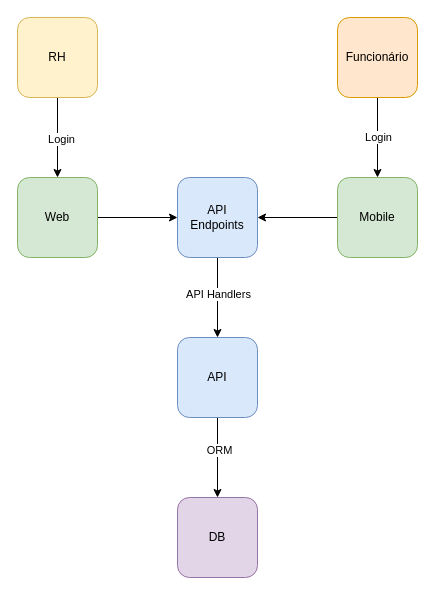
Above: c4_contexto.drawio in Portfolio-AtWork/.github (draw.io), before the change. Source tidied: cells renumbered, new cells numbered last; positions are measured from the earlier drawing's top-left corner, leaving out a move shared by most shapes. Both pictures are drawn from the tidied source at 100%, with x=0, y=0 at pixel (17, 17).
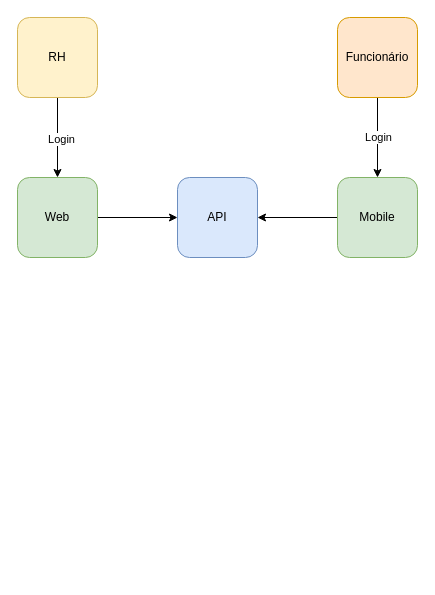
The same page after the edit.

Change to the diagram source:
```diff
@@
 <mxGraphModel>
   <root>
     <mxCell id="0" />
     <mxCell id="1" parent="0" />
     <mxCell id="2" style="edgeStyle=orthogonalEdgeStyle;rounded=0;jettySize=auto;html=1;entryX=0.5;entryY=0;entryDx=0;entryDy=0;" parent="1" edge="1" source="4" target="9">
       <mxGeometry relative="1" as="geometry" />
     </mxCell>
     <mxCell id="3" value="Login" style="edgeLabel;html=1;align=center;verticalAlign=middle;" parent="2" vertex="1">
       <mxGeometry x="0.03" y="3" relative="1" as="geometry" />
     </mxCell>
     <mxCell id="4" value="RH" style="rounded=1;whiteSpace=wrap;html=1;fillColor=#fff2cc;strokeColor=#d6b656;" parent="1" vertex="1">
       <mxGeometry width="80" height="80" as="geometry" />
     </mxCell>
     <mxCell id="5" style="edgeStyle=orthogonalEdgeStyle;rounded=0;jettySize=auto;html=1;entryX=0.5;entryY=0;entryDx=0;entryDy=0;" parent="1" edge="1" source="7" target="11">
       <mxGeometry relative="1" as="geometry" />
     </mxCell>
     <mxCell id="6" value="Login" style="edgeLabel;html=1;align=center;verticalAlign=middle;" parent="5" vertex="1">
       <mxGeometry x="-0.02" relative="1" as="geometry" />
     </mxCell>
     <mxCell id="7" value="Funcionário" style="rounded=1;whiteSpace=wrap;html=1;fillColor=#ffe6cc;strokeColor=#d79b00;" parent="1" vertex="1">
       <mxGeometry x="320" width="80" height="80" as="geometry" />
     </mxCell>
     <mxCell id="8" style="edgeStyle=orthogonalEdgeStyle;rounded=0;jettySize=auto;html=1;" parent="1" edge="1" source="9" target="14">
       <mxGeometry relative="1" as="geometry" />
     </mxCell>
     <mxCell id="9" value="Web" style="rounded=1;whiteSpace=wrap;html=1;fillColor=#d5e8d4;strokeColor=#82b366;" parent="1" vertex="1">
       <mxGeometry y="160" width="80" height="80" as="geometry" />
     </mxCell>
     <mxCell id="10" style="edgeStyle=orthogonalEdgeStyle;rounded=0;jettySize=auto;html=1;entryX=1;entryY=0.5;entryDx=0;entryDy=0;" parent="1" edge="1" source="11" target="14">
       <mxGeometry relative="1" as="geometry" />
     </mxCell>
     <mxCell id="11" value="Mobile" style="rounded=1;whiteSpace=wrap;html=1;fillColor=#d5e8d4;strokeColor=#82b366;" parent="1" vertex="1">
       <mxGeometry x="320" y="160" width="80" height="80" as="geometry" />
     </mxCell>
-    <mxCell id="12" style="edgeStyle=orthogonalEdgeStyle;rounded=0;jettySize=auto;html=1;entryX=0.5;entryY=0;entryDx=0;entryDy=0;" parent="1" edge="1" source="14" target="18">
-      <mxGeometry relative="1" as="geometry" />
-    </mxCell>
-    <mxCell id="13" value="API Handlers" style="edgeLabel;html=1;align=center;verticalAlign=middle;" parent="12" vertex="1">
-      <mxGeometry x="-0.1" relative="1" as="geometry" />
-    </mxCell>
-    <mxCell id="14" value="API&lt;div&gt;Endpoints&lt;/div&gt;" style="rounded=1;whiteSpace=wrap;html=1;fillColor=#dae8fc;strokeColor=#6c8ebf;" parent="1" vertex="1">
+    <mxCell id="14" value="API" style="rounded=1;whiteSpace=wrap;html=1;fillColor=#dae8fc;strokeColor=#6c8ebf;" parent="1" vertex="1">
       <mxGeometry x="160" y="160" width="80" height="80" as="geometry" />
     </mxCell>
-    <mxCell id="15" value="DB" style="rounded=1;whiteSpace=wrap;html=1;fillColor=#e1d5e7;strokeColor=#9673a6;" parent="1" vertex="1">
-      <mxGeometry x="160" y="480" width="80" height="80" as="geometry" />
-    </mxCell>
-    <mxCell id="16" style="edgeStyle=orthogonalEdgeStyle;rounded=0;jettySize=auto;html=1;entryX=0.5;entryY=0;entryDx=0;entryDy=0;" parent="1" edge="1" source="18" target="15">
-      <mxGeometry relative="1" as="geometry" />
-    </mxCell>
-    <mxCell id="17" value="ORM" style="edgeLabel;html=1;align=center;verticalAlign=middle;" parent="16" vertex="1">
-      <mxGeometry x="-0.2" y="1" relative="1" as="geometry" />
-    </mxCell>
-    <mxCell id="18" value="API" style="rounded=1;whiteSpace=wrap;html=1;fillColor=#dae8fc;strokeColor=#6c8ebf;" parent="1" vertex="1">
-      <mxGeometry x="160" y="320" width="80" height="80" as="geometry" />
-    </mxCell>
   </root>
 </mxGraphModel>
```
